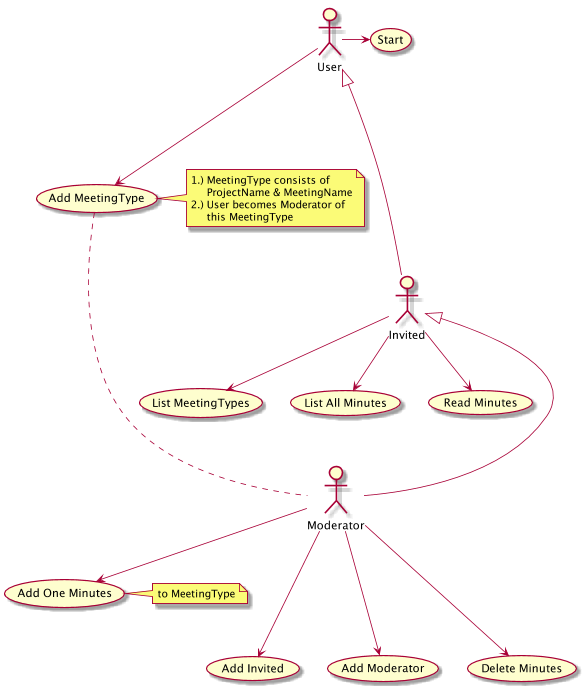
This is doc/developer/usecases1.png from 4minitz/4minitz, a PlantUML export, as it was before one commit. Its diagram source:
```plantuml
@startuml
(Add MeetingType) as (AddMT)
(List MeetingTypes) as (ListMT)
(Add Invited) as (AddInv)
(Add Moderator) as (AddMod)
(Add One Minutes) as (AddM)
(List All Minutes) as (ListM)
(Read Minutes) as (ReadM)
(Delete Minutes) as (DeleteM)

User <|---- Invited
Invited <|--- Moderator

User -> (Start)
User --> (AddMT)

Invited --> (ListMT)
Invited --> (ListM)
Invited --> (ReadM)

Moderator --> (AddM)
Moderator ---> (AddInv)
Moderator ---> (AddMod)
Moderator ---> (DeleteM)

(AddMT) .. Moderator

note right of (AddM): to MeetingType
note right of (AddMT)
    1.) MeetingType consists of
         ProjectName & MeetingName
    2.) User becomes Moderator of
         this MeetingType
end note

@enduml
```
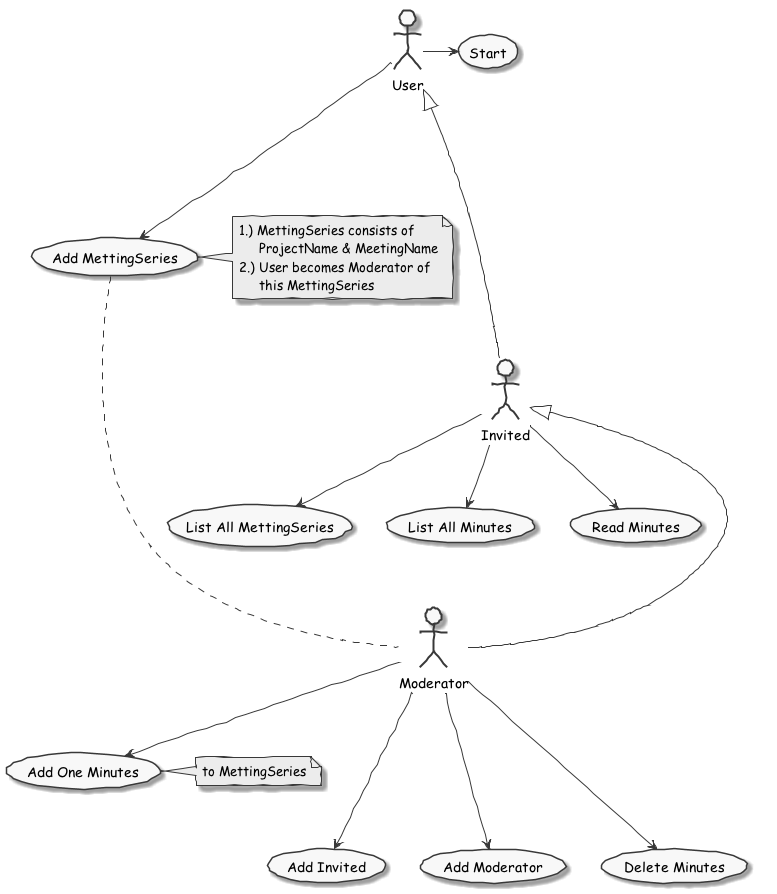
The same diagram one commit later.

Commit message:
doc: developer uml diagrams

Diff of the diagram source:
```diff
@@ -1,6 +1,12 @@
 @startuml
-(Add MeetingType) as (AddMT)
-(List MeetingTypes) as (ListMT)
+skinparam handwritten true
+skinparam monochrome true
+skinparam packageStyle rect
+skinparam defaultFontName Comic Sans MS
+hide circle
+
+(Add MettingSeries) as (AddMS)
+(List All MettingSeries) as (ListMS)
 (Add Invited) as (AddInv)
 (Add Moderator) as (AddMod)
 (Add One Minutes) as (AddM)
@@ -12,9 +18,9 @@
 Invited <|--- Moderator
 
 User -> (Start)
-User --> (AddMT)
+User --> (AddMS)
 
-Invited --> (ListMT)
+Invited --> (ListMS)
 Invited --> (ListM)
 Invited --> (ReadM)
 
@@ -23,14 +29,14 @@
 Moderator ---> (AddMod)
 Moderator ---> (DeleteM)
 
-(AddMT) .. Moderator
+(AddMS) .. Moderator
 
-note right of (AddM): to MeetingType
-note right of (AddMT)
-    1.) MeetingType consists of
+note right of (AddM): to MettingSeries
+note right of (AddMS)
+    1.) MettingSeries consists of
          ProjectName & MeetingName
     2.) User becomes Moderator of
-         this MeetingType
+         this MettingSeries
 end note
 
 @enduml
```
